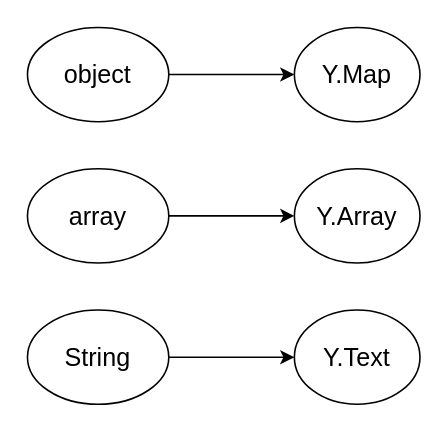
Earlier version of the draw.io diagram 第五章/转换图.drawio (yuxinyu12345/diagrams). Source tidied: cells renumbered, new cells numbered last; positions are measured from the earlier drawing's top-left corner, leaving out a move shared by most shapes. Both pictures are drawn from the tidied source at 157%, with x=0, y=0 at pixel (27, 27).
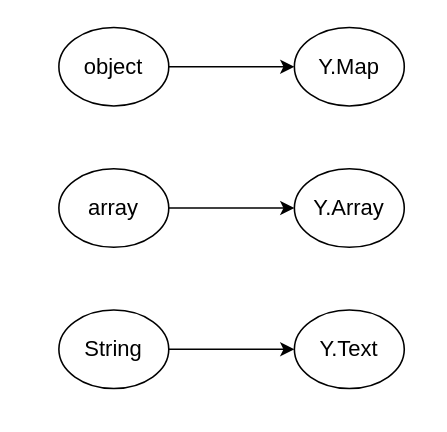
The same diagram, later.

Commit message (it also covers changes not shown here):
更新转换图.drawio

Change to the diagram source:
```diff
@@
 <mxGraphModel>
   <root>
     <mxCell id="0" />
     <mxCell id="1" parent="0" />
-    <mxCell id="2" style="edgeStyle=orthogonalEdgeStyle;rounded=0;jettySize=auto;html=1;fontSize=16;" parent="1" edge="1" source="3" target="4">
+    <mxCell id="2" style="edgeStyle=orthogonalEdgeStyle;rounded=0;jettySize=auto;html=1;fontSize=14;" parent="1" edge="1" source="3" target="4">
       <mxGeometry relative="1" as="geometry" />
     </mxCell>
-    <mxCell id="3" value="object" style="ellipse;whiteSpace=wrap;html=1;fontSize=16;" parent="1" vertex="1">
-      <mxGeometry width="90" height="60" as="geometry" />
+    <mxCell id="3" value="object" style="ellipse;whiteSpace=wrap;html=1;fontSize=14;" parent="1" vertex="1">
+      <mxGeometry x="20" width="70" height="50" as="geometry" />
     </mxCell>
-    <mxCell id="4" value="Y.Map" style="ellipse;whiteSpace=wrap;html=1;fontSize=16;" parent="1" vertex="1">
-      <mxGeometry x="170" width="80" height="60" as="geometry" />
+    <mxCell id="4" value="Y.Map" style="ellipse;whiteSpace=wrap;html=1;fontSize=14;" parent="1" vertex="1">
+      <mxGeometry x="170" width="70" height="50" as="geometry" />
     </mxCell>
-    <mxCell id="5" style="edgeStyle=orthogonalEdgeStyle;rounded=0;jettySize=auto;html=1;fontSize=16;" parent="1" edge="1" source="6" target="7">
+    <mxCell id="5" style="edgeStyle=orthogonalEdgeStyle;rounded=0;jettySize=auto;html=1;fontSize=14;" parent="1" edge="1" source="6" target="7">
       <mxGeometry relative="1" as="geometry" />
     </mxCell>
-    <mxCell id="6" value="array" style="ellipse;whiteSpace=wrap;html=1;fontSize=16;" parent="1" vertex="1">
-      <mxGeometry y="90" width="90" height="60" as="geometry" />
+    <mxCell id="6" value="array" style="ellipse;whiteSpace=wrap;html=1;fontSize=14;" parent="1" vertex="1">
+      <mxGeometry x="20" y="90" width="70" height="50" as="geometry" />
     </mxCell>
-    <mxCell id="7" value="Y.Array" style="ellipse;whiteSpace=wrap;html=1;fontSize=16;" parent="1" vertex="1">
-      <mxGeometry x="170" y="90" width="80" height="60" as="geometry" />
+    <mxCell id="7" value="Y.Array" style="ellipse;whiteSpace=wrap;html=1;fontSize=14;" parent="1" vertex="1">
+      <mxGeometry x="170" y="90" width="70" height="50" as="geometry" />
     </mxCell>
-    <mxCell id="8" style="edgeStyle=orthogonalEdgeStyle;rounded=0;jettySize=auto;html=1;fontSize=16;" parent="1" edge="1" source="9" target="10">
+    <mxCell id="8" style="edgeStyle=orthogonalEdgeStyle;rounded=0;jettySize=auto;html=1;fontSize=14;" parent="1" edge="1" source="9" target="10">
       <mxGeometry relative="1" as="geometry" />
     </mxCell>
-    <mxCell id="9" value="String" style="ellipse;whiteSpace=wrap;html=1;fontSize=16;" parent="1" vertex="1">
-      <mxGeometry y="180" width="90" height="60" as="geometry" />
+    <mxCell id="9" value="String" style="ellipse;whiteSpace=wrap;html=1;fontSize=14;" parent="1" vertex="1">
+      <mxGeometry x="20" y="180" width="70" height="50" as="geometry" />
     </mxCell>
-    <mxCell id="10" value="Y.Text" style="ellipse;whiteSpace=wrap;html=1;fontSize=16;" parent="1" vertex="1">
-      <mxGeometry x="170" y="180" width="80" height="60" as="geometry" />
+    <mxCell id="10" value="Y.Text" style="ellipse;whiteSpace=wrap;html=1;fontSize=14;" parent="1" vertex="1">
+      <mxGeometry x="170" y="180" width="70" height="50" as="geometry" />
     </mxCell>
   </root>
 </mxGraphModel>
```
